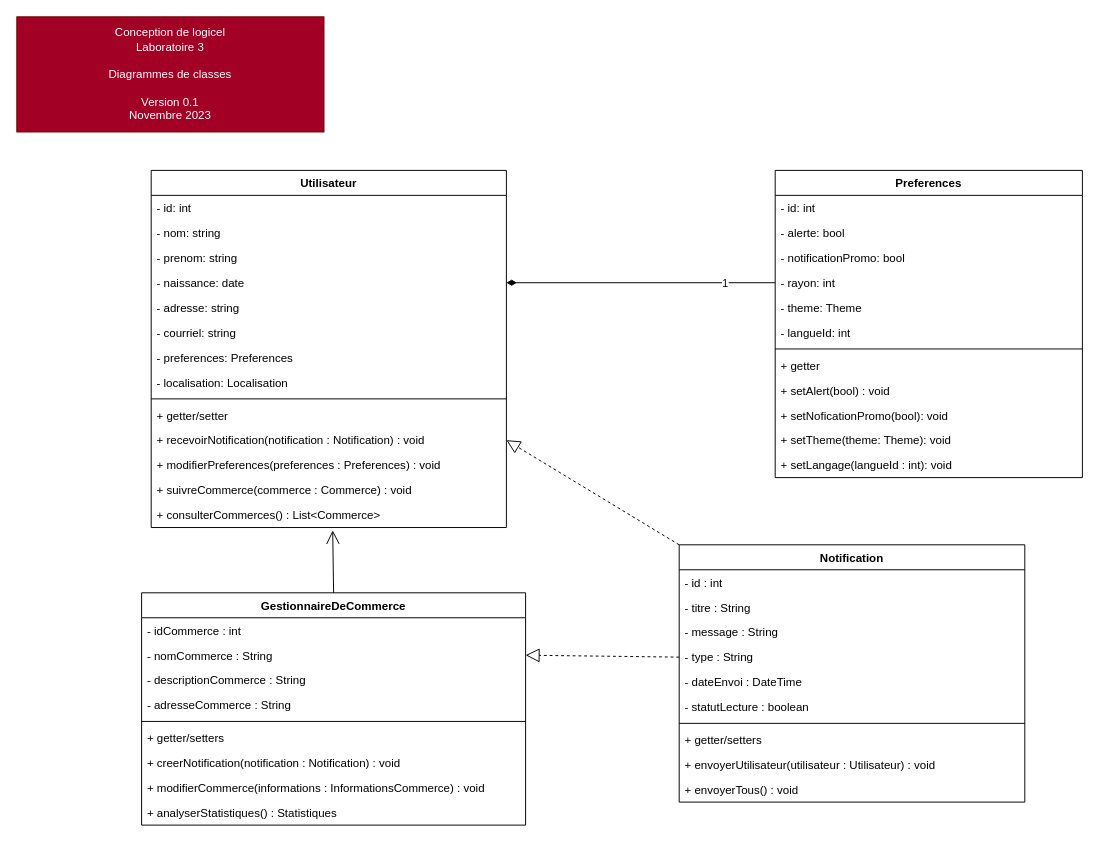
This is page "CLASSES" (3 of 3) of diagrams/uml.drawio from notLorne/conception_labo3, a draw.io file, before an edit. Source tidied: cells renumbered, new cells numbered last; positions are measured from the earlier drawing's top-left corner, leaving out a move shared by most shapes. Both pictures are drawn from the tidied source at 96%, with x=0, y=0 at pixel (16, 16).
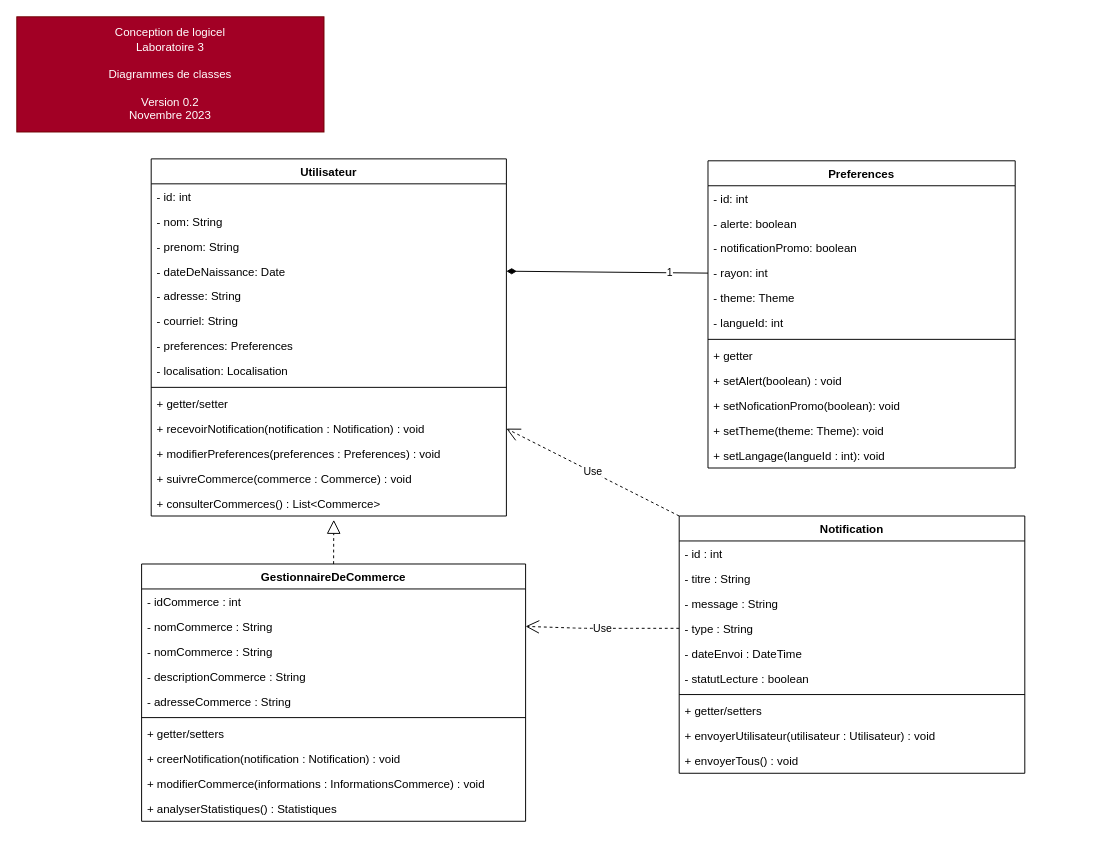
The same diagram, later.

Commit message:
Uniformiser et améliorer

Unchanged cells that the change refers to:
```xml
<mxCell id="14" value="+ recevoirNotification(notification : Notification) : void" style="text;strokeColor=none;fillColor=none;align=left;verticalAlign=top;spacingLeft=4;spacingRight=4;overflow=hidden;points=[[0,0.5],[1,0.5]];portConstraint=eastwest;" parent="3" vertex="1">
  <mxGeometry y="268" width="370" height="26" as="geometry" />
</mxCell>
<mxCell id="17" value="+ consulterCommerces() : List&lt;Commerce&gt;&#10;" style="text;strokeColor=none;fillColor=none;align=left;verticalAlign=top;spacingLeft=4;spacingRight=4;overflow=hidden;points=[[0,0.5],[1,0.5]];portConstraint=eastwest;" parent="3" vertex="1">
  <mxGeometry y="346" width="370" height="26" as="geometry" />
</mxCell>
<mxCell id="22" value="- type : String" style="text;strokeColor=none;fillColor=none;align=left;verticalAlign=top;spacingLeft=4;spacingRight=4;overflow=hidden;points=[[0,0.5],[1,0.5]];portConstraint=eastwest;" parent="18" vertex="1">
  <mxGeometry y="104" width="360" height="26" as="geometry" />
</mxCell>
<mxCell id="31" value="- nomCommerce : String" style="text;strokeColor=none;fillColor=none;align=left;verticalAlign=top;spacingLeft=4;spacingRight=4;overflow=hidden;points=[[0,0.5],[1,0.5]];portConstraint=eastwest;" parent="29" vertex="1">
  <mxGeometry y="52" width="400" height="26" as="geometry" />
</mxCell>
```

What changed in the source:
```diff
@@
-    <mxCell id="2" value="Conception de logicel&lt;br&gt;Laboratoire 3&lt;br&gt;&lt;br&gt;Diagrammes de classes&lt;br&gt;&lt;br&gt;Version 0.1&lt;br&gt;Novembre 2023" style="rounded=0;whiteSpace=wrap;html=1;fillColor=#a20025;fontColor=#ffffff;strokeColor=#6F0000;" parent="1" vertex="1">
+    <mxCell id="2" value="Conception de logicel&lt;br&gt;Laboratoire 3&lt;br&gt;&lt;br&gt;Diagrammes de classes&lt;br&gt;&lt;br&gt;Version 0.2&lt;br&gt;Novembre 2023" style="rounded=0;whiteSpace=wrap;html=1;fillColor=#a20025;fontColor=#ffffff;strokeColor=#6F0000;" parent="1" vertex="1">
       <mxGeometry width="320" height="120" as="geometry" />
     </mxCell>
     <mxCell id="3" value="Utilisateur" style="swimlane;fontStyle=1;align=center;verticalAlign=top;horizontal=1;startSize=26;" parent="1" vertex="1">
-      <mxGeometry x="140" y="160" width="370" height="372" as="geometry" />
+      <mxGeometry x="140" y="148" width="370" height="372" as="geometry" />
     </mxCell>
@@
-    <mxCell id="5" value="- nom: string" style="text;strokeColor=none;fillColor=none;align=left;verticalAlign=top;spacingLeft=4;spacingRight=4;overflow=hidden;" parent="3" vertex="1">
+    <mxCell id="5" value="- nom: String" style="text;strokeColor=none;fillColor=none;align=left;verticalAlign=top;spacingLeft=4;spacingRight=4;overflow=hidden;" parent="3" vertex="1">
       <mxGeometry y="52" width="370" height="26" as="geometry" />
     </mxCell>
-    <mxCell id="6" value="- prenom: string" style="text;strokeColor=none;fillColor=none;align=left;verticalAlign=top;spacingLeft=4;spacingRight=4;overflow=hidden;" parent="3" vertex="1">
+    <mxCell id="6" value="- prenom: String" style="text;strokeColor=none;fillColor=none;align=left;verticalAlign=top;spacingLeft=4;spacingRight=4;overflow=hidden;" parent="3" vertex="1">
       <mxGeometry y="78" width="370" height="26" as="geometry" />
     </mxCell>
-    <mxCell id="7" value="- naissance: date" style="text;strokeColor=none;fillColor=none;align=left;verticalAlign=top;spacingLeft=4;spacingRight=4;overflow=hidden;points=[[0,0.5],[1,0.5]];portConstraint=eastwest;" parent="3" vertex="1">
+    <mxCell id="7" value="- dateDeNaissance: Date" style="text;strokeColor=none;fillColor=none;align=left;verticalAlign=top;spacingLeft=4;spacingRight=4;overflow=hidden;points=[[0,0.5],[1,0.5]];portConstraint=eastwest;" parent="3" vertex="1">
       <mxGeometry y="104" width="370" height="26" as="geometry" />
     </mxCell>
-    <mxCell id="8" value="- adresse: string" style="text;strokeColor=none;fillColor=none;align=left;verticalAlign=top;spacingLeft=4;spacingRight=4;overflow=hidden;" parent="3" vertex="1">
+    <mxCell id="8" value="- adresse: String" style="text;strokeColor=none;fillColor=none;align=left;verticalAlign=top;spacingLeft=4;spacingRight=4;overflow=hidden;" parent="3" vertex="1">
       <mxGeometry y="130" width="370" height="26" as="geometry" />
     </mxCell>
-    <mxCell id="9" value="- courriel: string" style="text;strokeColor=none;fillColor=none;align=left;verticalAlign=top;spacingLeft=4;spacingRight=4;overflow=hidden;" parent="3" vertex="1">
+    <mxCell id="9" value="- courriel: String" style="text;strokeColor=none;fillColor=none;align=left;verticalAlign=top;spacingLeft=4;spacingRight=4;overflow=hidden;" parent="3" vertex="1">
       <mxGeometry y="156" width="370" height="26" as="geometry" />
     </mxCell>
@@
     <mxCell id="18" value="Notification" style="swimlane;fontStyle=1;align=center;verticalAlign=top;horizontal=1;startSize=26;" parent="1" vertex="1">
-      <mxGeometry x="690" y="550" width="360" height="268" as="geometry" />
+      <mxGeometry x="690" y="520" width="360" height="268" as="geometry" />
     </mxCell>
@@
     <mxCell id="29" value="GestionnaireDeCommerce" style="swimlane;fontStyle=1;align=center;verticalAlign=top;horizontal=1;startSize=26;" parent="1" vertex="1">
-      <mxGeometry x="130" y="600" width="400" height="242" as="geometry" />
+      <mxGeometry x="130" y="570" width="400" height="268" as="geometry" />
     </mxCell>
@@
+    <mxCell id="57" value="- nomCommerce : String" style="text;strokeColor=none;fillColor=none;align=left;verticalAlign=top;spacingLeft=4;spacingRight=4;overflow=hidden;" parent="29" vertex="1">
+      <mxGeometry y="78" width="400" height="26" as="geometry" />
+    </mxCell>
     <mxCell id="32" value="- descriptionCommerce : String" style="text;strokeColor=none;fillColor=none;align=left;verticalAlign=top;spacingLeft=4;spacingRight=4;overflow=hidden;" parent="29" vertex="1">
-      <mxGeometry y="78" width="400" height="26" as="geometry" />
+      <mxGeometry y="104" width="400" height="26" as="geometry" />
     </mxCell>
     <mxCell id="33" value="- adresseCommerce : String" style="text;strokeColor=none;fillColor=none;align=left;verticalAlign=top;spacingLeft=4;spacingRight=4;overflow=hidden;" parent="29" vertex="1">
-      <mxGeometry y="104" width="400" height="26" as="geometry" />
+      <mxGeometry y="130" width="400" height="26" as="geometry" />
     </mxCell>
     <mxCell id="34" style="line;strokeWidth=1;fillColor=none;align=left;verticalAlign=middle;spacingTop=-1;spacingLeft=3;spacingRight=3;labelPosition=right;strokeColor=inherit;" parent="29" vertex="1">
-      <mxGeometry y="130" width="400" height="8" as="geometry" />
+      <mxGeometry y="156" width="400" height="8" as="geometry" />
     </mxCell>
     <mxCell id="35" value="+ getter/setters" style="text;strokeColor=none;fillColor=none;align=left;verticalAlign=top;spacingLeft=4;spacingRight=4;overflow=hidden;" parent="29" vertex="1">
-      <mxGeometry y="138" width="400" height="26" as="geometry" />
+      <mxGeometry y="164" width="400" height="26" as="geometry" />
     </mxCell>
     <mxCell id="36" value="+ creerNotification(notification : Notification) : void" style="text;strokeColor=none;fillColor=none;align=left;verticalAlign=top;spacingLeft=4;spacingRight=4;overflow=hidden;" parent="29" vertex="1">
-      <mxGeometry y="164" width="400" height="26" as="geometry" />
+      <mxGeometry y="190" width="400" height="26" as="geometry" />
     </mxCell>
     <mxCell id="37" value="+ modifierCommerce(informations : InformationsCommerce) : void" style="text;strokeColor=none;fillColor=none;align=left;verticalAlign=top;spacingLeft=4;spacingRight=4;overflow=hidden;" parent="29" vertex="1">
-      <mxGeometry y="190" width="400" height="26" as="geometry" />
+      <mxGeometry y="216" width="400" height="26" as="geometry" />
     </mxCell>
     <mxCell id="38" value="+ analyserStatistiques() : Statistiques" style="text;strokeColor=none;fillColor=none;align=left;verticalAlign=top;spacingLeft=4;spacingRight=4;overflow=hidden;" parent="29" vertex="1">
-      <mxGeometry y="216" width="400" height="26" as="geometry" />
+      <mxGeometry y="242" width="400" height="26" as="geometry" />
     </mxCell>
     <mxCell id="39" value="Preferences" style="swimlane;fontStyle=1;align=center;verticalAlign=top;horizontal=1;startSize=26;" parent="1" vertex="1">
-      <mxGeometry x="790" y="160" width="320" height="320" as="geometry" />
+      <mxGeometry x="720" y="150" width="320" height="320" as="geometry" />
     </mxCell>
@@
-    <mxCell id="41" value="- alerte: bool" style="text;strokeColor=none;fillColor=none;align=left;verticalAlign=top;spacingLeft=4;spacingRight=4;overflow=hidden;" parent="39" vertex="1">
+    <mxCell id="41" value="- alerte: boolean" style="text;strokeColor=none;fillColor=none;align=left;verticalAlign=top;spacingLeft=4;spacingRight=4;overflow=hidden;" parent="39" vertex="1">
       <mxGeometry y="52" width="320" height="26" as="geometry" />
     </mxCell>
-    <mxCell id="42" value="- notificationPromo: bool" style="text;strokeColor=none;fillColor=none;align=left;verticalAlign=top;spacingLeft=4;spacingRight=4;overflow=hidden;" parent="39" vertex="1">
+    <mxCell id="42" value="- notificationPromo: boolean" style="text;strokeColor=none;fillColor=none;align=left;verticalAlign=top;spacingLeft=4;spacingRight=4;overflow=hidden;" parent="39" vertex="1">
       <mxGeometry y="78" width="320" height="26" as="geometry" />
     </mxCell>
@@
-    <mxCell id="48" value="+ setAlert(bool) : void " style="text;strokeColor=none;fillColor=none;align=left;verticalAlign=top;spacingLeft=4;spacingRight=4;overflow=hidden;" parent="39" vertex="1">
+    <mxCell id="48" value="+ setAlert(boolean) : void " style="text;strokeColor=none;fillColor=none;align=left;verticalAlign=top;spacingLeft=4;spacingRight=4;overflow=hidden;" parent="39" vertex="1">
       <mxGeometry y="216" width="320" height="26" as="geometry" />
     </mxCell>
-    <mxCell id="49" value="+ setNoficationPromo(bool): void" style="text;strokeColor=none;fillColor=none;align=left;verticalAlign=top;spacingLeft=4;spacingRight=4;overflow=hidden;" parent="39" vertex="1">
+    <mxCell id="49" value="+ setNoficationPromo(boolean): void" style="text;strokeColor=none;fillColor=none;align=left;verticalAlign=top;spacingLeft=4;spacingRight=4;overflow=hidden;" parent="39" vertex="1">
       <mxGeometry y="242" width="320" height="26" as="geometry" />
     </mxCell>
@@
-    <mxCell id="54" style="endArrow=open;endFill=1;endSize=12;html=1;exitX=0.5;exitY=0;exitDx=0;exitDy=0;entryX=0.511;entryY=1.115;entryDx=0;entryDy=0;entryPerimeter=0;" parent="1" edge="1" source="29" target="17">
-      <mxGeometry relative="1" as="geometry" />
-    </mxCell>
+    <mxCell id="56" style="endArrow=block;dashed=1;endFill=0;endSize=12;html=1;exitX=0.5;exitY=0;exitDx=0;exitDy=0;entryX=0.514;entryY=1.154;entryDx=0;entryDy=0;entryPerimeter=0;" parent="1" edge="1" source="29" target="17">
+      <mxGeometry relative="1" as="geometry" />
+    </mxCell>
-    <mxCell id="55" style="endArrow=block;dashed=1;endFill=0;endSize=12;html=1;exitX=0;exitY=0.5;exitDx=0;exitDy=0;entryX=1;entryY=0.5;entryDx=0;entryDy=0;" parent="1" edge="1" source="22" target="31">
-      <mxGeometry relative="1" as="geometry" />
+    <mxCell id="55" value="Use" style="endArrow=open;endSize=12;dashed=1;html=1;exitX=0;exitY=0.5;exitDx=0;exitDy=0;entryX=1;entryY=0.5;entryDx=0;entryDy=0;" parent="1" edge="1" source="22" target="31">
+      <mxGeometry relative="1" as="geometry">
+        <Array as="points">
+          <mxPoint x="650" y="637" />
+          <mxPoint x="590" y="637" />
+        </Array>
+      </mxGeometry>
     </mxCell>
-    <mxCell id="56" style="endArrow=block;dashed=1;endFill=0;endSize=12;html=1;exitX=0;exitY=0;exitDx=0;exitDy=0;entryX=1;entryY=0.5;entryDx=0;entryDy=0;" parent="1" edge="1" source="18" target="14">
-      <mxGeometry relative="1" as="geometry" />
-    </mxCell>
+    <mxCell id="58" value="Use" style="endArrow=open;endSize=12;dashed=1;html=1;exitX=0;exitY=0;exitDx=0;exitDy=0;entryX=1;entryY=0.5;entryDx=0;entryDy=0;" parent="1" edge="1" source="18" target="14">
+      <mxGeometry relative="1" as="geometry" />
+    </mxCell>
```
